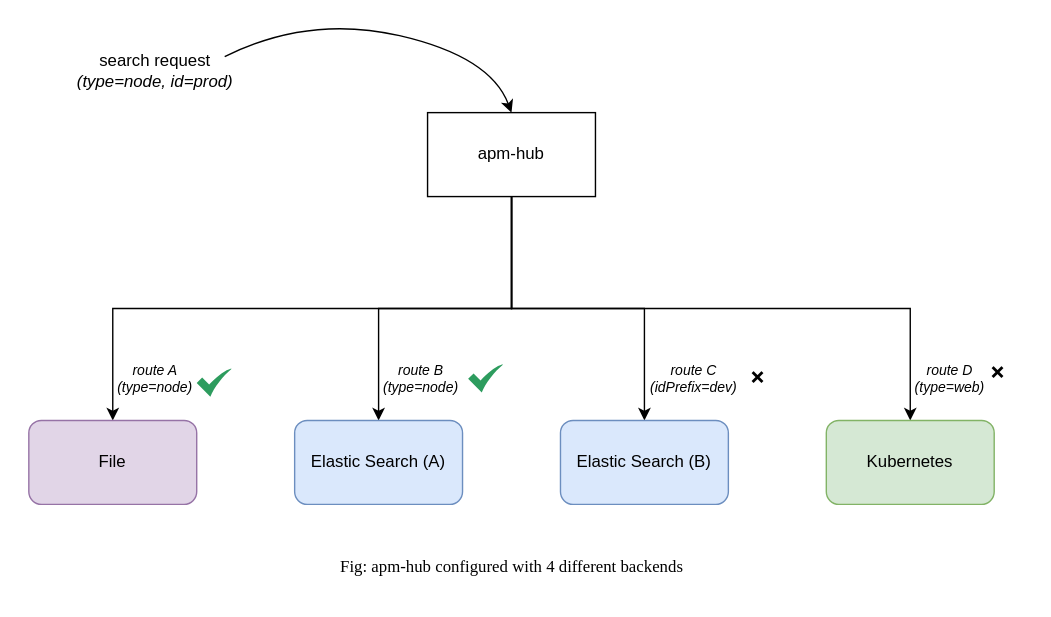
flanksource/docs keeps this draw.io diagram as docs/apm-hub/routing.svg. Above is the earlier version. Source tidied: cells renumbered, new cells last; positions are measured from the earlier drawing's top-left corner, leaving out a move shared by most shapes. Source of this version:
```xml
<mxGraphModel>
  <root>
    <mxCell id="0" />
    <mxCell id="1" parent="0" />
    <mxCell id="2" style="edgeStyle=orthogonalEdgeStyle;rounded=0;jettySize=auto;html=1;entryX=0.5;entryY=0;entryDx=0;entryDy=0;" parent="1" edge="1" source="6" target="8">
      <mxGeometry relative="1" as="geometry" />
    </mxCell>
    <mxCell id="3" style="edgeStyle=orthogonalEdgeStyle;rounded=0;jettySize=auto;html=1;entryX=0.5;entryY=0;entryDx=0;entryDy=0;" parent="1" edge="1" source="6" target="9">
      <mxGeometry relative="1" as="geometry" />
    </mxCell>
    <mxCell id="4" style="edgeStyle=orthogonalEdgeStyle;rounded=0;jettySize=auto;html=1;entryX=0.5;entryY=0;entryDx=0;entryDy=0;" parent="1" edge="1" source="6" target="10">
      <mxGeometry relative="1" as="geometry">
        <Array as="points">
          <mxPoint x="345" y="210" />
          <mxPoint x="630" y="210" />
        </Array>
      </mxGeometry>
    </mxCell>
    <mxCell id="5" style="edgeStyle=orthogonalEdgeStyle;rounded=0;jettySize=auto;html=1;entryX=0.5;entryY=0;entryDx=0;entryDy=0;labelBorderColor=#08FF41;fontColor=#17FF45;" parent="1" edge="1" source="6" target="7">
      <mxGeometry relative="1" as="geometry">
        <Array as="points">
          <mxPoint x="345" y="210" />
          <mxPoint x="60" y="210" />
        </Array>
      </mxGeometry>
    </mxCell>
    <mxCell id="6" value="apm-hub" style="rounded=0;whiteSpace=wrap;html=1;" parent="1" vertex="1">
      <mxGeometry x="285" y="70" width="120" height="60" as="geometry" />
    </mxCell>
    <mxCell id="7" value="File" style="rounded=1;whiteSpace=wrap;html=1;fillColor=#e1d5e7;strokeColor=#9673a6;" parent="1" vertex="1">
      <mxGeometry y="290" width="120" height="60" as="geometry" />
    </mxCell>
    <mxCell id="8" value="Elastic Search (A)" style="rounded=1;whiteSpace=wrap;html=1;fillColor=#dae8fc;strokeColor=#6c8ebf;" parent="1" vertex="1">
      <mxGeometry x="190" y="290" width="120" height="60" as="geometry" />
    </mxCell>
    <mxCell id="9" value="Elastic Search (B)" style="rounded=1;whiteSpace=wrap;html=1;fillColor=#dae8fc;strokeColor=#6c8ebf;" parent="1" vertex="1">
      <mxGeometry x="380" y="290" width="120" height="60" as="geometry" />
    </mxCell>
    <mxCell id="10" value="Kubernetes" style="rounded=1;whiteSpace=wrap;html=1;fillColor=#d5e8d4;strokeColor=#82b366;" parent="1" vertex="1">
      <mxGeometry x="570" y="290" width="120" height="60" as="geometry" />
    </mxCell>
    <mxCell id="11" value="route A&lt;br&gt;(type=node)" style="text;html=1;align=center;verticalAlign=middle;strokeColor=none;fillColor=none;fontStyle=2;fontSize=10;" parent="1" vertex="1">
      <mxGeometry x="50" y="240" width="80" height="40" as="geometry" />
    </mxCell>
    <mxCell id="12" value="route B&lt;br&gt;(type=node)" style="text;html=1;align=center;verticalAlign=middle;strokeColor=none;fillColor=none;fontSize=10;fontStyle=2;" parent="1" vertex="1">
      <mxGeometry x="240" y="240" width="80" height="40" as="geometry" />
    </mxCell>
    <mxCell id="13" value="route C&lt;br&gt;(idPrefix=dev)" style="text;html=1;align=center;verticalAlign=middle;strokeColor=none;fillColor=none;fontStyle=2;fontSize=10;" parent="1" vertex="1">
      <mxGeometry x="430" y="240" width="90" height="40" as="geometry" />
    </mxCell>
    <mxCell id="14" value="route D&lt;br&gt;(type=web)" style="text;html=1;align=center;verticalAlign=middle;strokeColor=none;fillColor=none;fontSize=10;fontStyle=2;" parent="1" vertex="1">
      <mxGeometry x="623" y="240" width="70" height="40" as="geometry" />
    </mxCell>
    <mxCell id="15" value="&lt;font face=&quot;Times New Roman&quot;&gt;Fig: apm-hub configured with 4 different backends&lt;/font&gt;" style="text;html=1;align=center;verticalAlign=middle;strokeColor=none;fillColor=none;" parent="1" vertex="1">
      <mxGeometry x="210" y="380" width="270" height="30" as="geometry" />
    </mxCell>
    <mxCell id="16" style="curved=1;endArrow=classic;html=1;rounded=0;entryX=0.5;entryY=0;entryDx=0;entryDy=0;" parent="1" edge="1" target="6">
      <mxGeometry relative="1" as="geometry">
        <mxPoint x="140" y="30" as="sourcePoint" />
        <Array as="points">
          <mxPoint x="200" />
          <mxPoint x="330" y="30" />
        </Array>
      </mxGeometry>
    </mxCell>
    <mxCell id="17" value="search request&lt;br&gt;&lt;i&gt;(type=node,&amp;nbsp;id=prod)&lt;/i&gt;" style="text;html=1;align=center;verticalAlign=middle;points=[];strokeColor=none;fillColor=none;" parent="1" vertex="1">
      <mxGeometry x="25" y="20" width="130" height="40" as="geometry" />
    </mxCell>
    <mxCell id="18" style="sketch=0;html=1;strokeColor=none;shadow=0;align=center;fillColor=#2D9C5E;verticalAlign=top;labelPosition=center;verticalLabelPosition=bottom;shape=mxgraph.gcp2.check;" parent="1" vertex="1">
      <mxGeometry x="120" y="253" width="25" height="20" as="geometry" />
    </mxCell>
    <mxCell id="19" style="sketch=0;html=1;strokeColor=none;shadow=0;align=center;fillColor=#2D9C5E;verticalAlign=top;labelPosition=center;verticalLabelPosition=bottom;shape=mxgraph.gcp2.check;" parent="1" vertex="1">
      <mxGeometry x="314" y="250" width="25" height="20" as="geometry" />
    </mxCell>
    <mxCell id="20" value="❌" style="text;html=1;align=center;verticalAlign=middle;strokeColor=none;fillColor=none;" parent="1" vertex="1">
      <mxGeometry x="501" y="245" width="40" height="30" as="geometry" />
    </mxCell>
    <mxCell id="21" value="❌" style="text;whiteSpace=wrap;html=1;" parent="1" vertex="1">
      <mxGeometry x="686" y="242" width="24" height="18" as="geometry" />
    </mxCell>
  </root>
</mxGraphModel>
```
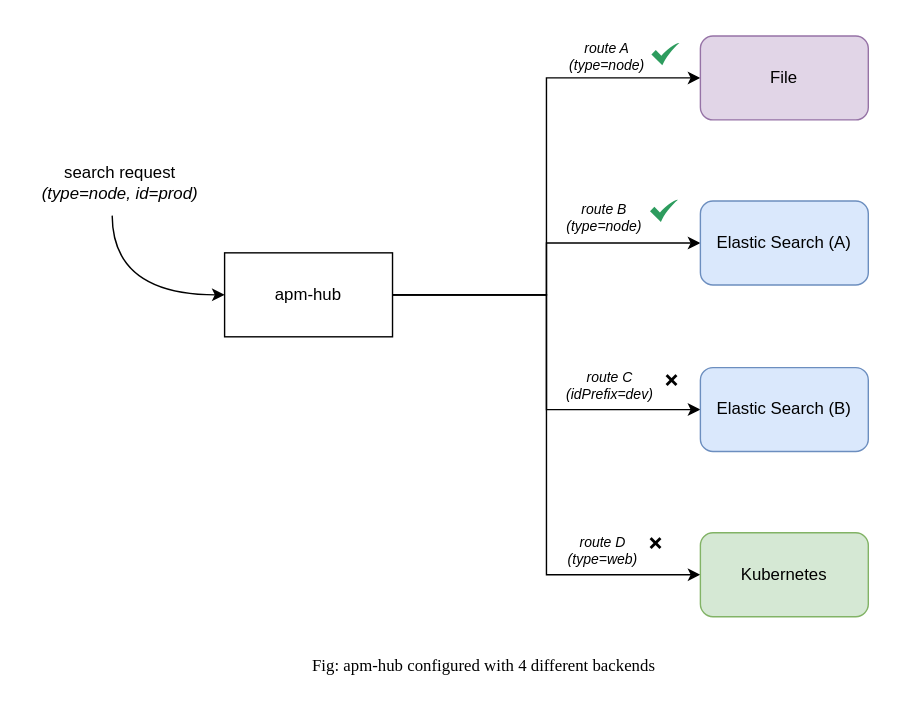
After the commit.

Commit message:
modified diagram. Make it left -> right

The edit, as a diff of the source:
```diff
@@ -2,81 +2,69 @@
   <root>
     <mxCell id="0" />
     <mxCell id="1" parent="0" />
+    <mxCell id="5" style="edgeStyle=orthogonalEdgeStyle;rounded=0;jettySize=auto;html=1;entryX=0;entryY=0.5;entryDx=0;entryDy=0;" parent="1" edge="1" source="6" target="7">
+      <mxGeometry relative="1" as="geometry" />
+    </mxCell>
-    <mxCell id="2" style="edgeStyle=orthogonalEdgeStyle;rounded=0;jettySize=auto;html=1;entryX=0.5;entryY=0;entryDx=0;entryDy=0;" parent="1" edge="1" source="6" target="8">
+    <mxCell id="2" style="edgeStyle=orthogonalEdgeStyle;rounded=0;jettySize=auto;html=1;entryX=0;entryY=0.5;entryDx=0;entryDy=0;" parent="1" edge="1" source="6" target="8">
       <mxGeometry relative="1" as="geometry" />
     </mxCell>
-    <mxCell id="3" style="edgeStyle=orthogonalEdgeStyle;rounded=0;jettySize=auto;html=1;entryX=0.5;entryY=0;entryDx=0;entryDy=0;" parent="1" edge="1" source="6" target="9">
+    <mxCell id="3" style="edgeStyle=orthogonalEdgeStyle;rounded=0;jettySize=auto;html=1;entryX=0;entryY=0.5;entryDx=0;entryDy=0;" parent="1" edge="1" source="6" target="9">
       <mxGeometry relative="1" as="geometry" />
     </mxCell>
-    <mxCell id="4" style="edgeStyle=orthogonalEdgeStyle;rounded=0;jettySize=auto;html=1;entryX=0.5;entryY=0;entryDx=0;entryDy=0;" parent="1" edge="1" source="6" target="10">
-      <mxGeometry relative="1" as="geometry">
-        <Array as="points">
-          <mxPoint x="345" y="210" />
-          <mxPoint x="630" y="210" />
-        </Array>
-      </mxGeometry>
+    <mxCell id="4" style="edgeStyle=orthogonalEdgeStyle;rounded=0;jettySize=auto;html=1;entryX=0;entryY=0.5;entryDx=0;entryDy=0;" parent="1" edge="1" source="6" target="10">
+      <mxGeometry relative="1" as="geometry" />
     </mxCell>
-    <mxCell id="5" style="edgeStyle=orthogonalEdgeStyle;rounded=0;jettySize=auto;html=1;entryX=0.5;entryY=0;entryDx=0;entryDy=0;labelBorderColor=#08FF41;fontColor=#17FF45;" parent="1" edge="1" source="6" target="7">
-      <mxGeometry relative="1" as="geometry">
-        <Array as="points">
-          <mxPoint x="345" y="210" />
-          <mxPoint x="60" y="210" />
-        </Array>
-      </mxGeometry>
-    </mxCell>
     <mxCell id="6" value="apm-hub" style="rounded=0;whiteSpace=wrap;html=1;" parent="1" vertex="1">
-      <mxGeometry x="285" y="70" width="120" height="60" as="geometry" />
+      <mxGeometry x="140" y="140" width="120" height="60" as="geometry" />
     </mxCell>
     <mxCell id="7" value="File" style="rounded=1;whiteSpace=wrap;html=1;fillColor=#e1d5e7;strokeColor=#9673a6;" parent="1" vertex="1">
-      <mxGeometry y="290" width="120" height="60" as="geometry" />
+      <mxGeometry x="480" y="-15" width="120" height="60" as="geometry" />
     </mxCell>
     <mxCell id="8" value="Elastic Search (A)" style="rounded=1;whiteSpace=wrap;html=1;fillColor=#dae8fc;strokeColor=#6c8ebf;" parent="1" vertex="1">
-      <mxGeometry x="190" y="290" width="120" height="60" as="geometry" />
+      <mxGeometry x="480" y="103" width="120" height="60" as="geometry" />
     </mxCell>
     <mxCell id="9" value="Elastic Search (B)" style="rounded=1;whiteSpace=wrap;html=1;fillColor=#dae8fc;strokeColor=#6c8ebf;" parent="1" vertex="1">
-      <mxGeometry x="380" y="290" width="120" height="60" as="geometry" />
+      <mxGeometry x="480" y="222" width="120" height="60" as="geometry" />
     </mxCell>
     <mxCell id="10" value="Kubernetes" style="rounded=1;whiteSpace=wrap;html=1;fillColor=#d5e8d4;strokeColor=#82b366;" parent="1" vertex="1">
-      <mxGeometry x="570" y="290" width="120" height="60" as="geometry" />
+      <mxGeometry x="480" y="340" width="120" height="60" as="geometry" />
     </mxCell>
     <mxCell id="11" value="route A&lt;br&gt;(type=node)" style="text;html=1;align=center;verticalAlign=middle;strokeColor=none;fillColor=none;fontStyle=2;fontSize=10;" parent="1" vertex="1">
-      <mxGeometry x="50" y="240" width="80" height="40" as="geometry" />
+      <mxGeometry x="373" y="-20" width="80" height="40" as="geometry" />
     </mxCell>
     <mxCell id="12" value="route B&lt;br&gt;(type=node)" style="text;html=1;align=center;verticalAlign=middle;strokeColor=none;fillColor=none;fontSize=10;fontStyle=2;" parent="1" vertex="1">
-      <mxGeometry x="240" y="240" width="80" height="40" as="geometry" />
+      <mxGeometry x="371" y="95" width="80" height="40" as="geometry" />
     </mxCell>
     <mxCell id="13" value="route C&lt;br&gt;(idPrefix=dev)" style="text;html=1;align=center;verticalAlign=middle;strokeColor=none;fillColor=none;fontStyle=2;fontSize=10;" parent="1" vertex="1">
-      <mxGeometry x="430" y="240" width="90" height="40" as="geometry" />
+      <mxGeometry x="370" y="215" width="90" height="40" as="geometry" />
     </mxCell>
     <mxCell id="14" value="route D&lt;br&gt;(type=web)" style="text;html=1;align=center;verticalAlign=middle;strokeColor=none;fillColor=none;fontSize=10;fontStyle=2;" parent="1" vertex="1">
-      <mxGeometry x="623" y="240" width="70" height="40" as="geometry" />
+      <mxGeometry x="375" y="333" width="70" height="40" as="geometry" />
     </mxCell>
     <mxCell id="15" value="&lt;font face=&quot;Times New Roman&quot;&gt;Fig: apm-hub configured with 4 different backends&lt;/font&gt;" style="text;html=1;align=center;verticalAlign=middle;strokeColor=none;fillColor=none;" parent="1" vertex="1">
-      <mxGeometry x="210" y="380" width="270" height="30" as="geometry" />
+      <mxGeometry x="190" y="420" width="270" height="30" as="geometry" />
     </mxCell>
-    <mxCell id="16" style="curved=1;endArrow=classic;html=1;rounded=0;entryX=0.5;entryY=0;entryDx=0;entryDy=0;" parent="1" edge="1" target="6">
-      <mxGeometry relative="1" as="geometry">
-        <mxPoint x="140" y="30" as="sourcePoint" />
-        <Array as="points">
-          <mxPoint x="200" />
-          <mxPoint x="330" y="30" />
-        </Array>
-      </mxGeometry>
-    </mxCell>
     <mxCell id="17" value="search request&lt;br&gt;&lt;i&gt;(type=node,&amp;nbsp;id=prod)&lt;/i&gt;" style="text;html=1;align=center;verticalAlign=middle;points=[];strokeColor=none;fillColor=none;" parent="1" vertex="1">
-      <mxGeometry x="25" y="20" width="130" height="40" as="geometry" />
+      <mxGeometry y="70" width="130" height="40" as="geometry" />
     </mxCell>
     <mxCell id="18" style="sketch=0;html=1;strokeColor=none;shadow=0;align=center;fillColor=#2D9C5E;verticalAlign=top;labelPosition=center;verticalLabelPosition=bottom;shape=mxgraph.gcp2.check;" parent="1" vertex="1">
-      <mxGeometry x="120" y="253" width="25" height="20" as="geometry" />
+      <mxGeometry x="445" y="-10" width="20" height="16" as="geometry" />
     </mxCell>
     <mxCell id="19" style="sketch=0;html=1;strokeColor=none;shadow=0;align=center;fillColor=#2D9C5E;verticalAlign=top;labelPosition=center;verticalLabelPosition=bottom;shape=mxgraph.gcp2.check;" parent="1" vertex="1">
-      <mxGeometry x="314" y="250" width="25" height="20" as="geometry" />
+      <mxGeometry x="444" y="102" width="20" height="16" as="geometry" />
     </mxCell>
     <mxCell id="20" value="❌" style="text;html=1;align=center;verticalAlign=middle;strokeColor=none;fillColor=none;" parent="1" vertex="1">
-      <mxGeometry x="501" y="245" width="40" height="30" as="geometry" />
+      <mxGeometry x="438.5" y="217" width="40" height="30" as="geometry" />
     </mxCell>
     <mxCell id="21" value="❌" style="text;whiteSpace=wrap;html=1;" parent="1" vertex="1">
-      <mxGeometry x="686" y="242" width="24" height="18" as="geometry" />
+      <mxGeometry x="442" y="334" width="24" height="18" as="geometry" />
     </mxCell>
+    <mxCell id="22" style="curved=1;endArrow=classic;html=1;rounded=0;entryX=0;entryY=0.5;entryDx=0;entryDy=0;exitX=0.459;exitY=1.085;exitDx=0;exitDy=0;exitPerimeter=0;" parent="1" edge="1" source="17" target="6">
+      <mxGeometry relative="1" as="geometry">
+        <Array as="points">
+          <mxPoint x="60" y="170" />
+        </Array>
+      </mxGeometry>
+    </mxCell>
   </root>
 </mxGraphModel>
```
